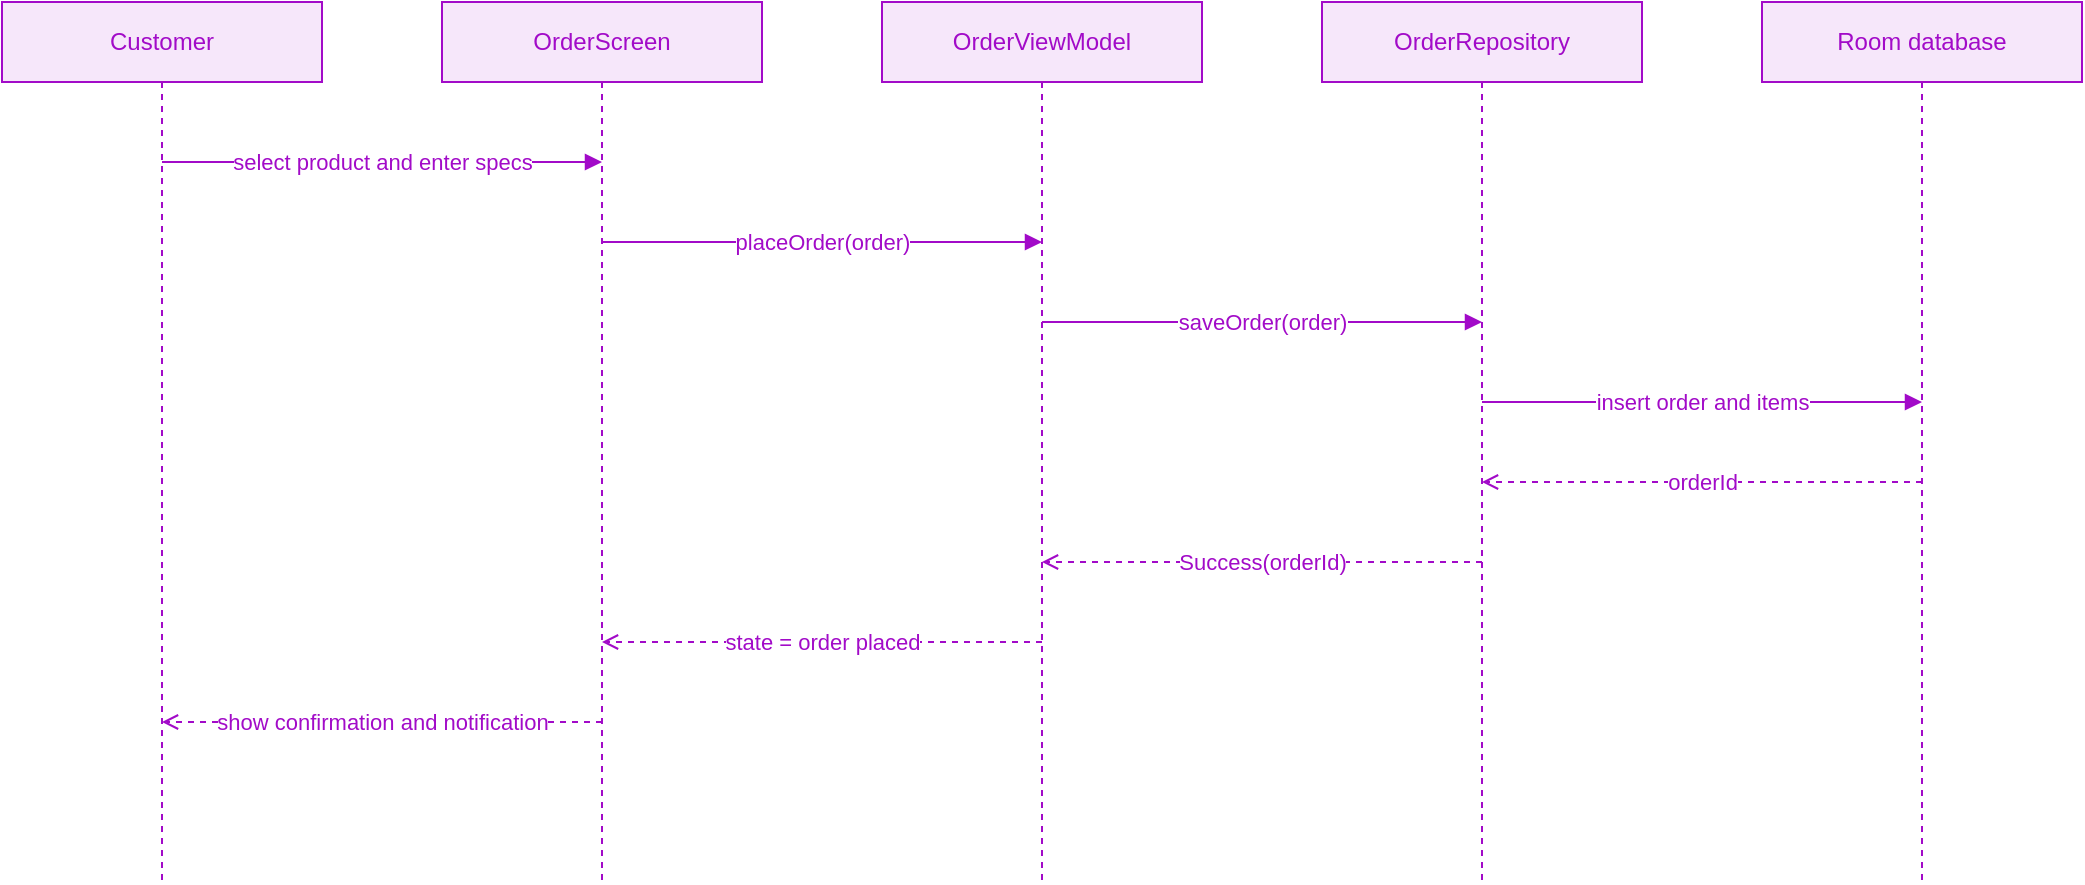
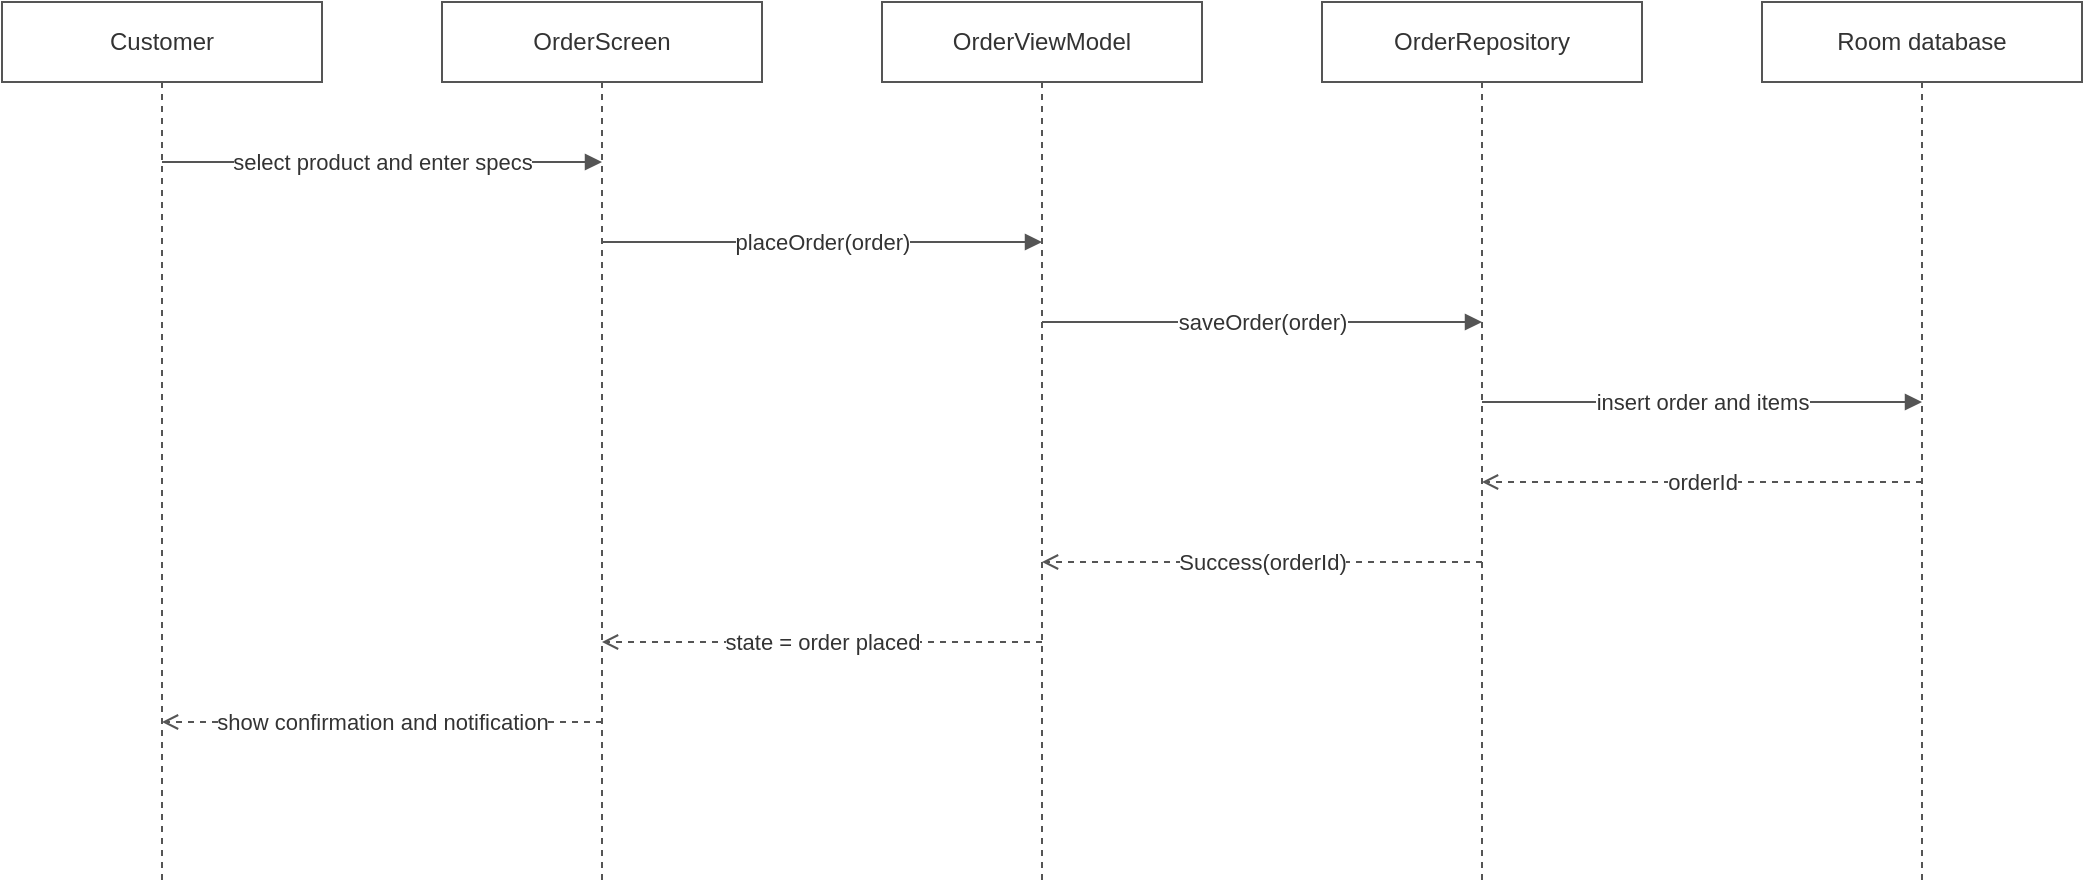
<mxfile host="app.diagrams.net" type="device">
  <diagram id="sequence" name="Sequence place order">
    <mxGraphModel dx="900" dy="700" grid="1" gridSize="10" guides="1" tooltips="1" connect="1" arrows="1" fold="1" page="1" pageScale="1" pageWidth="1120" pageHeight="560" math="0" shadow="0">
      <root>
        <mxCell id="0" />
        <mxCell id="1" parent="0" />
-         <mxCell id="ll_cust" value="Customer" style="shape=umlLifeline;perimeter=lifelinePerimeter;whiteSpace=wrap;html=1;container=1;collapsible=0;recursiveResize=0;outlineConnect=0;fillColor=#F6E7FA;strokeColor=#A20BC8;fontColor=#A20BC8;size=40;" vertex="1" parent="1"><mxGeometry x="40" y="40" width="160" height="440" as="geometry"/></mxCell>
-         <mxCell id="ll_ui" value="OrderScreen" style="shape=umlLifeline;perimeter=lifelinePerimeter;whiteSpace=wrap;html=1;container=1;collapsible=0;recursiveResize=0;outlineConnect=0;fillColor=#F6E7FA;strokeColor=#A20BC8;fontColor=#A20BC8;size=40;" vertex="1" parent="1"><mxGeometry x="260" y="40" width="160" height="440" as="geometry"/></mxCell>
-         <mxCell id="ll_vm" value="OrderViewModel" style="shape=umlLifeline;perimeter=lifelinePerimeter;whiteSpace=wrap;html=1;container=1;collapsible=0;recursiveResize=0;outlineConnect=0;fillColor=#F6E7FA;strokeColor=#A20BC8;fontColor=#A20BC8;size=40;" vertex="1" parent="1"><mxGeometry x="480" y="40" width="160" height="440" as="geometry"/></mxCell>
-         <mxCell id="ll_repo" value="OrderRepository" style="shape=umlLifeline;perimeter=lifelinePerimeter;whiteSpace=wrap;html=1;container=1;collapsible=0;recursiveResize=0;outlineConnect=0;fillColor=#F6E7FA;strokeColor=#A20BC8;fontColor=#A20BC8;size=40;" vertex="1" parent="1"><mxGeometry x="700" y="40" width="160" height="440" as="geometry"/></mxCell>
-         <mxCell id="ll_db" value="Room database" style="shape=umlLifeline;perimeter=lifelinePerimeter;whiteSpace=wrap;html=1;container=1;collapsible=0;recursiveResize=0;outlineConnect=0;fillColor=#F6E7FA;strokeColor=#A20BC8;fontColor=#A20BC8;size=40;" vertex="1" parent="1"><mxGeometry x="920" y="40" width="160" height="440" as="geometry"/></mxCell>
-         <mxCell id="m1" value="select product and enter specs" style="html=1;endArrow=block;rounded=0;strokeColor=#A20BC8;fontColor=#A20BC8;" edge="1" parent="1"><mxGeometry relative="1" as="geometry"><mxPoint x="120" y="120" as="sourcePoint"/><mxPoint x="340" y="120" as="targetPoint"/></mxGeometry></mxCell>
-         <mxCell id="m2" value="placeOrder(order)" style="html=1;endArrow=block;rounded=0;strokeColor=#A20BC8;fontColor=#A20BC8;" edge="1" parent="1"><mxGeometry relative="1" as="geometry"><mxPoint x="340" y="160" as="sourcePoint"/><mxPoint x="560" y="160" as="targetPoint"/></mxGeometry></mxCell>
-         <mxCell id="m3" value="saveOrder(order)" style="html=1;endArrow=block;rounded=0;strokeColor=#A20BC8;fontColor=#A20BC8;" edge="1" parent="1"><mxGeometry relative="1" as="geometry"><mxPoint x="560" y="200" as="sourcePoint"/><mxPoint x="780" y="200" as="targetPoint"/></mxGeometry></mxCell>
-         <mxCell id="m4" value="insert order and items" style="html=1;endArrow=block;rounded=0;strokeColor=#A20BC8;fontColor=#A20BC8;" edge="1" parent="1"><mxGeometry relative="1" as="geometry"><mxPoint x="780" y="240" as="sourcePoint"/><mxPoint x="1000" y="240" as="targetPoint"/></mxGeometry></mxCell>
-         <mxCell id="m5" value="orderId" style="html=1;endArrow=open;dashed=1;rounded=0;strokeColor=#A20BC8;fontColor=#A20BC8;" edge="1" parent="1"><mxGeometry relative="1" as="geometry"><mxPoint x="1000" y="280" as="sourcePoint"/><mxPoint x="780" y="280" as="targetPoint"/></mxGeometry></mxCell>
-         <mxCell id="m6" value="Success(orderId)" style="html=1;endArrow=open;dashed=1;rounded=0;strokeColor=#A20BC8;fontColor=#A20BC8;" edge="1" parent="1"><mxGeometry relative="1" as="geometry"><mxPoint x="780" y="320" as="sourcePoint"/><mxPoint x="560" y="320" as="targetPoint"/></mxGeometry></mxCell>
-         <mxCell id="m7" value="state = order placed" style="html=1;endArrow=open;dashed=1;rounded=0;strokeColor=#A20BC8;fontColor=#A20BC8;" edge="1" parent="1"><mxGeometry relative="1" as="geometry"><mxPoint x="560" y="360" as="sourcePoint"/><mxPoint x="340" y="360" as="targetPoint"/></mxGeometry></mxCell>
-         <mxCell id="m8" value="show confirmation and notification" style="html=1;endArrow=open;dashed=1;rounded=0;strokeColor=#A20BC8;fontColor=#A20BC8;" edge="1" parent="1"><mxGeometry relative="1" as="geometry"><mxPoint x="340" y="400" as="sourcePoint"/><mxPoint x="120" y="400" as="targetPoint"/></mxGeometry></mxCell>
+         <mxCell id="ll_cust" value="Customer" style="shape=umlLifeline;perimeter=lifelinePerimeter;whiteSpace=wrap;html=1;container=1;collapsible=0;recursiveResize=0;outlineConnect=0;fillColor=#FFFFFF;strokeColor=#555555;fontColor=#333333;size=40;" vertex="1" parent="1"><mxGeometry x="40" y="40" width="160" height="440" as="geometry"/></mxCell>
+         <mxCell id="ll_ui" value="OrderScreen" style="shape=umlLifeline;perimeter=lifelinePerimeter;whiteSpace=wrap;html=1;container=1;collapsible=0;recursiveResize=0;outlineConnect=0;fillColor=#FFFFFF;strokeColor=#555555;fontColor=#333333;size=40;" vertex="1" parent="1"><mxGeometry x="260" y="40" width="160" height="440" as="geometry"/></mxCell>
+         <mxCell id="ll_vm" value="OrderViewModel" style="shape=umlLifeline;perimeter=lifelinePerimeter;whiteSpace=wrap;html=1;container=1;collapsible=0;recursiveResize=0;outlineConnect=0;fillColor=#FFFFFF;strokeColor=#555555;fontColor=#333333;size=40;" vertex="1" parent="1"><mxGeometry x="480" y="40" width="160" height="440" as="geometry"/></mxCell>
+         <mxCell id="ll_repo" value="OrderRepository" style="shape=umlLifeline;perimeter=lifelinePerimeter;whiteSpace=wrap;html=1;container=1;collapsible=0;recursiveResize=0;outlineConnect=0;fillColor=#FFFFFF;strokeColor=#555555;fontColor=#333333;size=40;" vertex="1" parent="1"><mxGeometry x="700" y="40" width="160" height="440" as="geometry"/></mxCell>
+         <mxCell id="ll_db" value="Room database" style="shape=umlLifeline;perimeter=lifelinePerimeter;whiteSpace=wrap;html=1;container=1;collapsible=0;recursiveResize=0;outlineConnect=0;fillColor=#FFFFFF;strokeColor=#555555;fontColor=#333333;size=40;" vertex="1" parent="1"><mxGeometry x="920" y="40" width="160" height="440" as="geometry"/></mxCell>
+         <mxCell id="m1" value="select product and enter specs" style="html=1;endArrow=block;rounded=0;edgeStyle=orthogonalEdgeStyle;strokeColor=#555555;fontColor=#333333;" edge="1" parent="1"><mxGeometry relative="1" as="geometry"><mxPoint x="120" y="120" as="sourcePoint"/><mxPoint x="340" y="120" as="targetPoint"/></mxGeometry></mxCell>
+         <mxCell id="m2" value="placeOrder(order)" style="html=1;endArrow=block;rounded=0;edgeStyle=orthogonalEdgeStyle;strokeColor=#555555;fontColor=#333333;" edge="1" parent="1"><mxGeometry relative="1" as="geometry"><mxPoint x="340" y="160" as="sourcePoint"/><mxPoint x="560" y="160" as="targetPoint"/></mxGeometry></mxCell>
+         <mxCell id="m3" value="saveOrder(order)" style="html=1;endArrow=block;rounded=0;edgeStyle=orthogonalEdgeStyle;strokeColor=#555555;fontColor=#333333;" edge="1" parent="1"><mxGeometry relative="1" as="geometry"><mxPoint x="560" y="200" as="sourcePoint"/><mxPoint x="780" y="200" as="targetPoint"/></mxGeometry></mxCell>
+         <mxCell id="m4" value="insert order and items" style="html=1;endArrow=block;rounded=0;edgeStyle=orthogonalEdgeStyle;strokeColor=#555555;fontColor=#333333;" edge="1" parent="1"><mxGeometry relative="1" as="geometry"><mxPoint x="780" y="240" as="sourcePoint"/><mxPoint x="1000" y="240" as="targetPoint"/></mxGeometry></mxCell>
+         <mxCell id="m5" value="orderId" style="html=1;endArrow=open;dashed=1;rounded=0;edgeStyle=orthogonalEdgeStyle;strokeColor=#555555;fontColor=#333333;" edge="1" parent="1"><mxGeometry relative="1" as="geometry"><mxPoint x="1000" y="280" as="sourcePoint"/><mxPoint x="780" y="280" as="targetPoint"/></mxGeometry></mxCell>
+         <mxCell id="m6" value="Success(orderId)" style="html=1;endArrow=open;dashed=1;rounded=0;edgeStyle=orthogonalEdgeStyle;strokeColor=#555555;fontColor=#333333;" edge="1" parent="1"><mxGeometry relative="1" as="geometry"><mxPoint x="780" y="320" as="sourcePoint"/><mxPoint x="560" y="320" as="targetPoint"/></mxGeometry></mxCell>
+         <mxCell id="m7" value="state = order placed" style="html=1;endArrow=open;dashed=1;rounded=0;edgeStyle=orthogonalEdgeStyle;strokeColor=#555555;fontColor=#333333;" edge="1" parent="1"><mxGeometry relative="1" as="geometry"><mxPoint x="560" y="360" as="sourcePoint"/><mxPoint x="340" y="360" as="targetPoint"/></mxGeometry></mxCell>
+         <mxCell id="m8" value="show confirmation and notification" style="html=1;endArrow=open;dashed=1;rounded=0;edgeStyle=orthogonalEdgeStyle;strokeColor=#555555;fontColor=#333333;" edge="1" parent="1"><mxGeometry relative="1" as="geometry"><mxPoint x="340" y="400" as="sourcePoint"/><mxPoint x="120" y="400" as="targetPoint"/></mxGeometry></mxCell>
      </root>
    </mxGraphModel>
  </diagram>
</mxfile>
